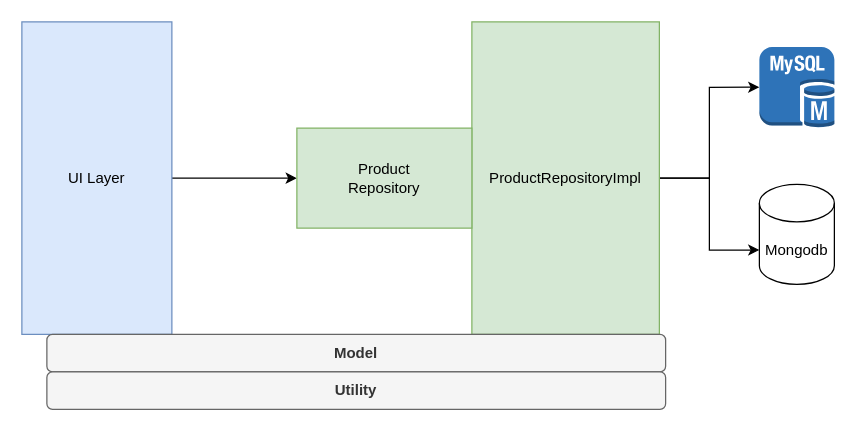
Before: page "Layered Architecture" (3 of 3) of spring-core.drawio in ujjawal09/spring-github, a draw.io diagram. Source tidied: cells renumbered, new cells numbered last; positions are measured from the earlier drawing's top-left corner, leaving out a move shared by most shapes. Both pictures are drawn from the tidied source at 125%, with x=0, y=0 at pixel (21, 21).
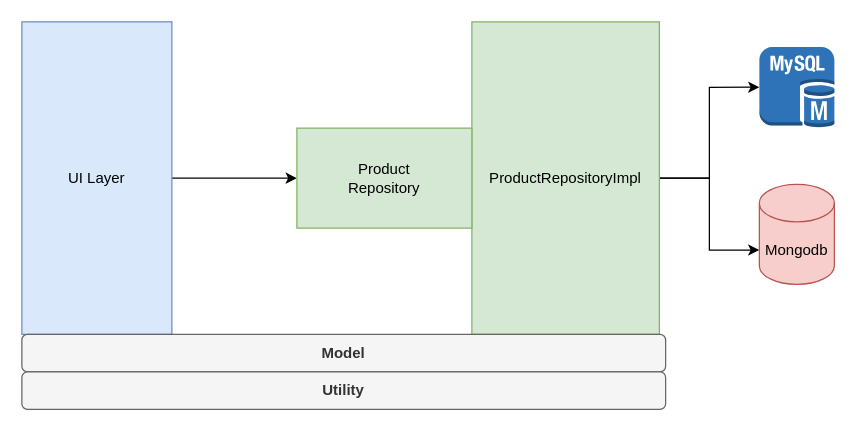
The same page after the edit.

What changed in the source:
```diff
@@
 <mxGraphModel>
   <root>
     <mxCell id="0" />
     <mxCell id="1" parent="0" />
     <mxCell id="2" style="edgeStyle=orthogonalEdgeStyle;rounded=0;jettySize=auto;html=1;entryX=0;entryY=0.5;entryDx=0;entryDy=0;entryPerimeter=0;" parent="1" edge="1" source="4" target="7">
       <mxGeometry relative="1" as="geometry" />
     </mxCell>
     <mxCell id="3" style="edgeStyle=orthogonalEdgeStyle;rounded=0;jettySize=auto;html=1;entryX=0;entryY=0;entryDx=0;entryDy=52.5;entryPerimeter=0;" parent="1" edge="1" source="4" target="8">
       <mxGeometry relative="1" as="geometry" />
     </mxCell>
     <mxCell id="4" value="ProductRepositoryImpl" style="rounded=0;whiteSpace=wrap;html=1;fillColor=#d5e8d4;strokeColor=#82b366;" parent="1" vertex="1">
       <mxGeometry x="360" width="150" height="250" as="geometry" />
     </mxCell>
     <mxCell id="5" style="edgeStyle=orthogonalEdgeStyle;rounded=0;jettySize=auto;html=1;" parent="1" edge="1" source="6" target="11">
       <mxGeometry relative="1" as="geometry" />
     </mxCell>
     <mxCell id="6" value="UI Layer" style="rounded=0;whiteSpace=wrap;html=1;fillColor=#dae8fc;strokeColor=#6c8ebf;" parent="1" vertex="1">
       <mxGeometry width="120" height="250" as="geometry" />
     </mxCell>
     <mxCell id="7" style="outlineConnect=0;dashed=0;verticalLabelPosition=bottom;verticalAlign=top;align=center;html=1;shape=mxgraph.aws3.mysql_db_instance;fillColor=#2E73B8;gradientColor=none;" parent="1" vertex="1">
       <mxGeometry x="590" y="20" width="60" height="64.5" as="geometry" />
     </mxCell>
-    <mxCell id="8" value="Mongodb" style="shape=cylinder3;whiteSpace=wrap;html=1;boundedLbl=1;backgroundOutline=1;size=15;" parent="1" vertex="1">
+    <mxCell id="8" value="Mongodb" style="shape=cylinder3;whiteSpace=wrap;html=1;boundedLbl=1;backgroundOutline=1;size=15;fillColor=#f8cecc;strokeColor=#b85450;" parent="1" vertex="1">
       <mxGeometry x="590" y="130" width="60" height="80" as="geometry" />
     </mxCell>
     <mxCell id="9" value="Model" style="rounded=1;whiteSpace=wrap;html=1;strokeColor=#666666;fontStyle=1;fillColor=#f5f5f5;fontColor=#333333;" parent="1" vertex="1">
-      <mxGeometry x="20" y="250" width="495" height="30" as="geometry" />
+      <mxGeometry y="250" width="515" height="30" as="geometry" />
     </mxCell>
     <mxCell id="10" value="Utility" style="rounded=1;whiteSpace=wrap;html=1;strokeColor=#666666;fontStyle=1;fillColor=#f5f5f5;fontColor=#333333;" parent="1" vertex="1">
-      <mxGeometry x="20" y="280" width="495" height="30" as="geometry" />
+      <mxGeometry y="280" width="515" height="30" as="geometry" />
     </mxCell>
     <mxCell id="11" value="Product&lt;br&gt;Repository&lt;br&gt;" style="rounded=0;whiteSpace=wrap;html=1;fillColor=#d5e8d4;strokeColor=#82b366;" parent="1" vertex="1">
       <mxGeometry x="220" y="85" width="140" height="80" as="geometry" />
     </mxCell>
   </root>
 </mxGraphModel>
```
